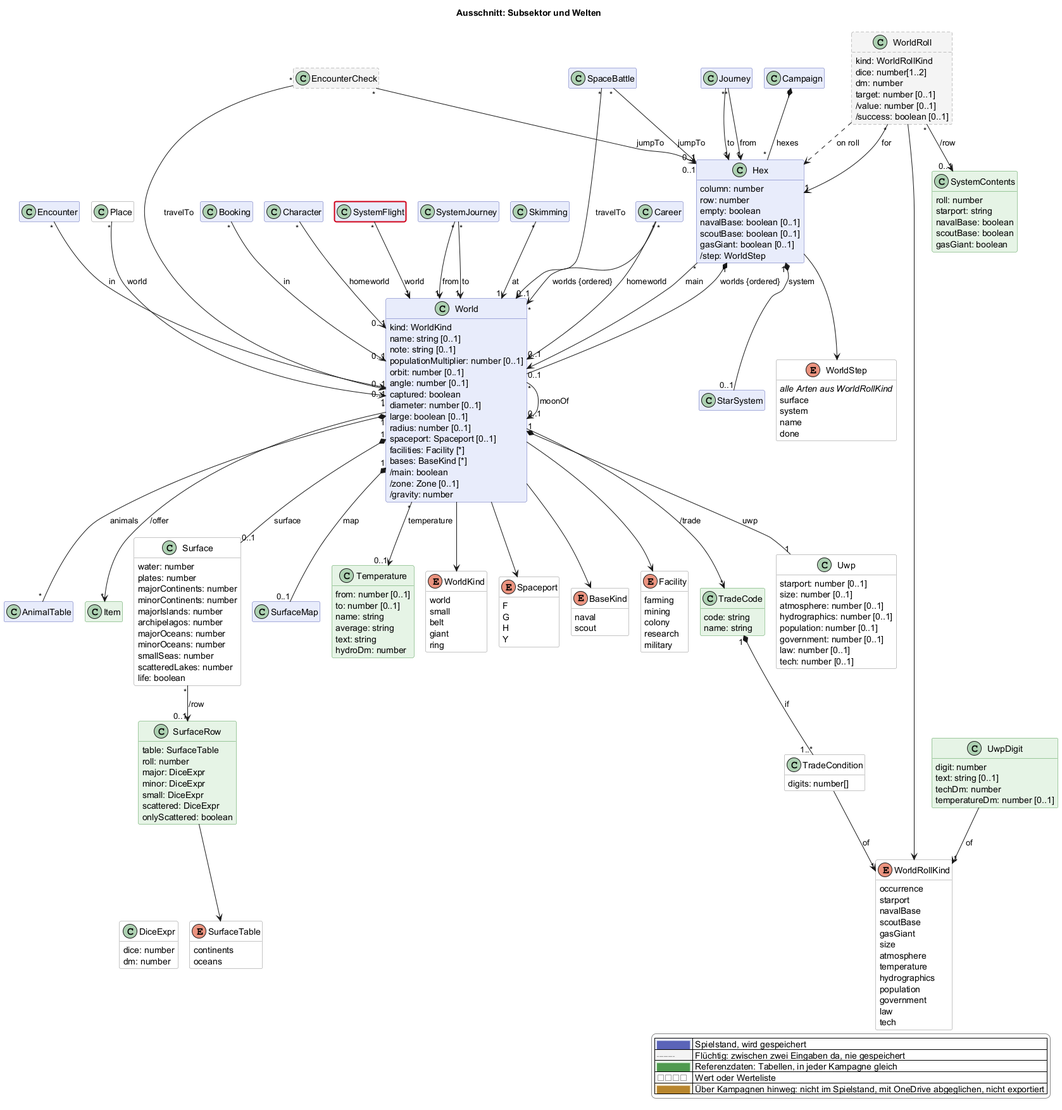
Before: docs/views/sektor.png, a diagram exported from PlantUML (scuzzar/SRE).
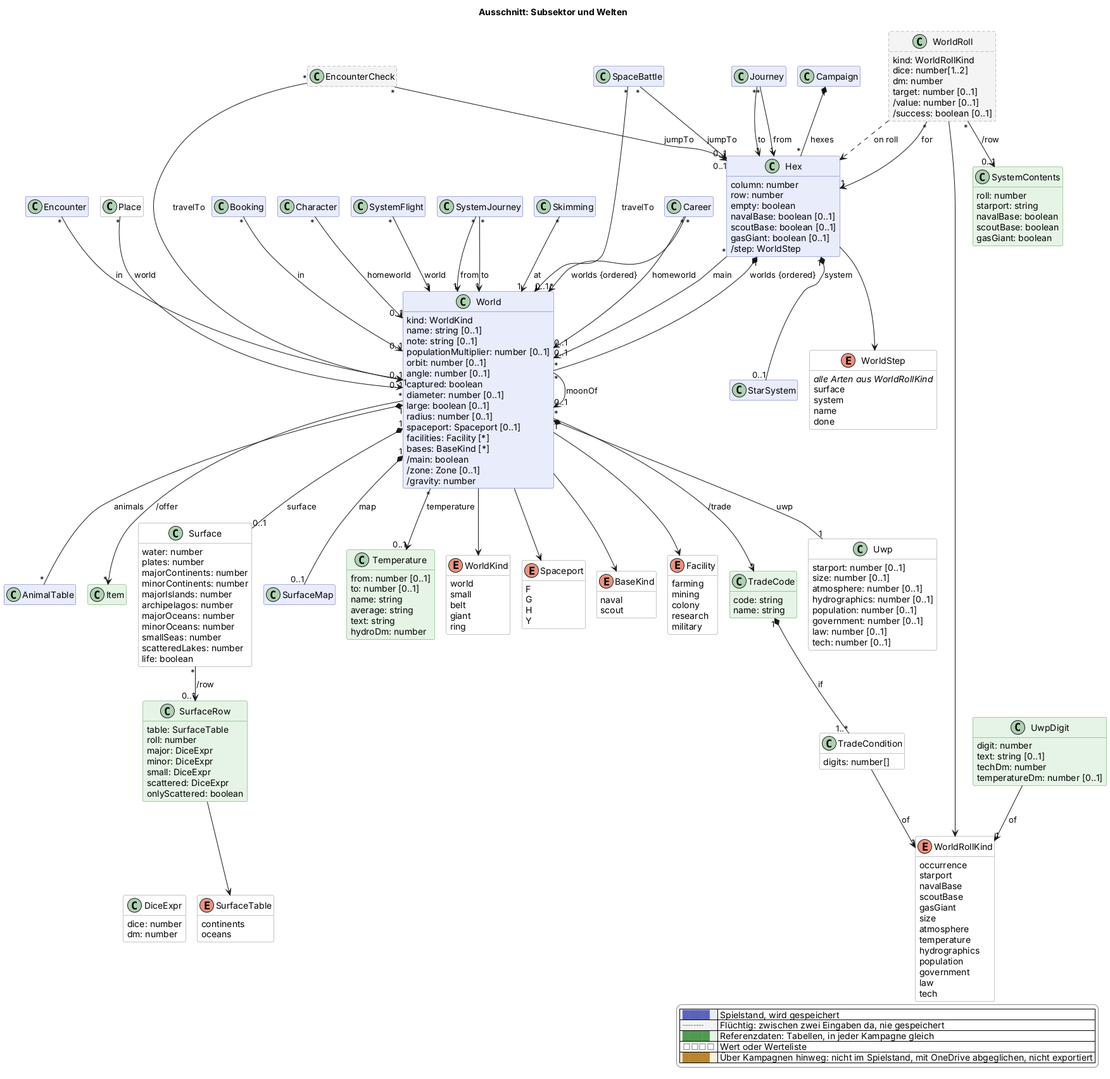
The same diagram one commit later.

Diff of the diagram source:
```diff
@@ -309,5 +309,4 @@
   |<#ffffff> <color:#8a8a8a>□□□□</color> | Wert oder Werteliste |
   |<#fdf1dc> <color:#b8862e>████</color> | Über Kampagnen hinweg: nicht im Spielstand, mit OneDrive abgeglichen, nicht exportiert |
 endlegend
-class SystemFlight #line:d0021b;line.bold
 @enduml
```
